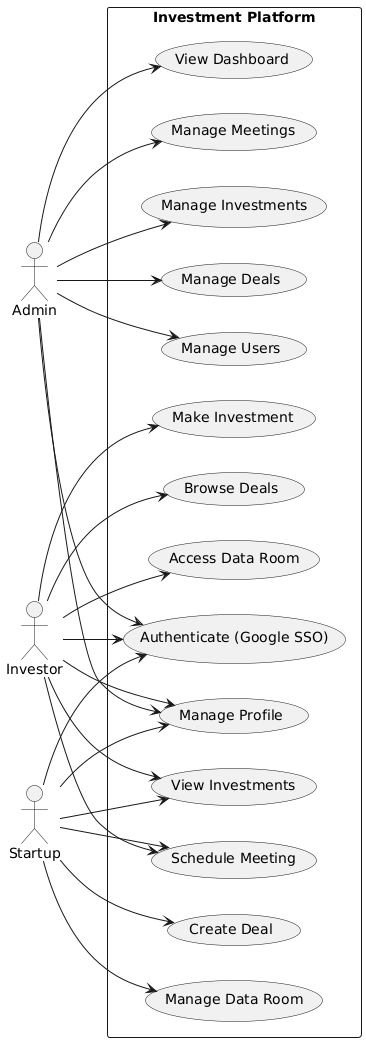
Earlier version of the PlantUML export assets/images/use_case_diagram.png (B2D-Ventures/b2d-ventures-docs).
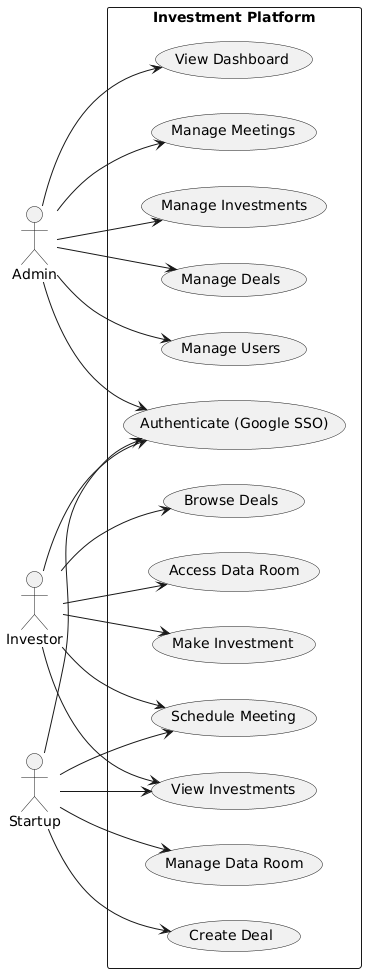
The same diagram one commit later.

The edit, as a diff of the source:
```diff
@@ -17,7 +17,6 @@
   usecase "Create Deal" as UC11
   usecase "Manage Data Room" as UC12
   usecase "View Investments" as UC13
-  usecase "Manage Profile" as UC14
   usecase "Authenticate (Google SSO)" as UC15
 }
 
@@ -26,7 +25,7 @@
 admin --> UC3
 admin --> UC5
 admin --> UC6
-admin --> UC14
+
 admin --> UC15
 
 investor --> UC7
@@ -34,13 +33,12 @@
 investor --> UC9
 investor --> UC10
 investor --> UC13
-investor --> UC14
+
 investor --> UC15
 
 startup --> UC10
 startup --> UC11
 startup --> UC12
 startup --> UC13
-startup --> UC14
 startup --> UC15
 @enduml
```
